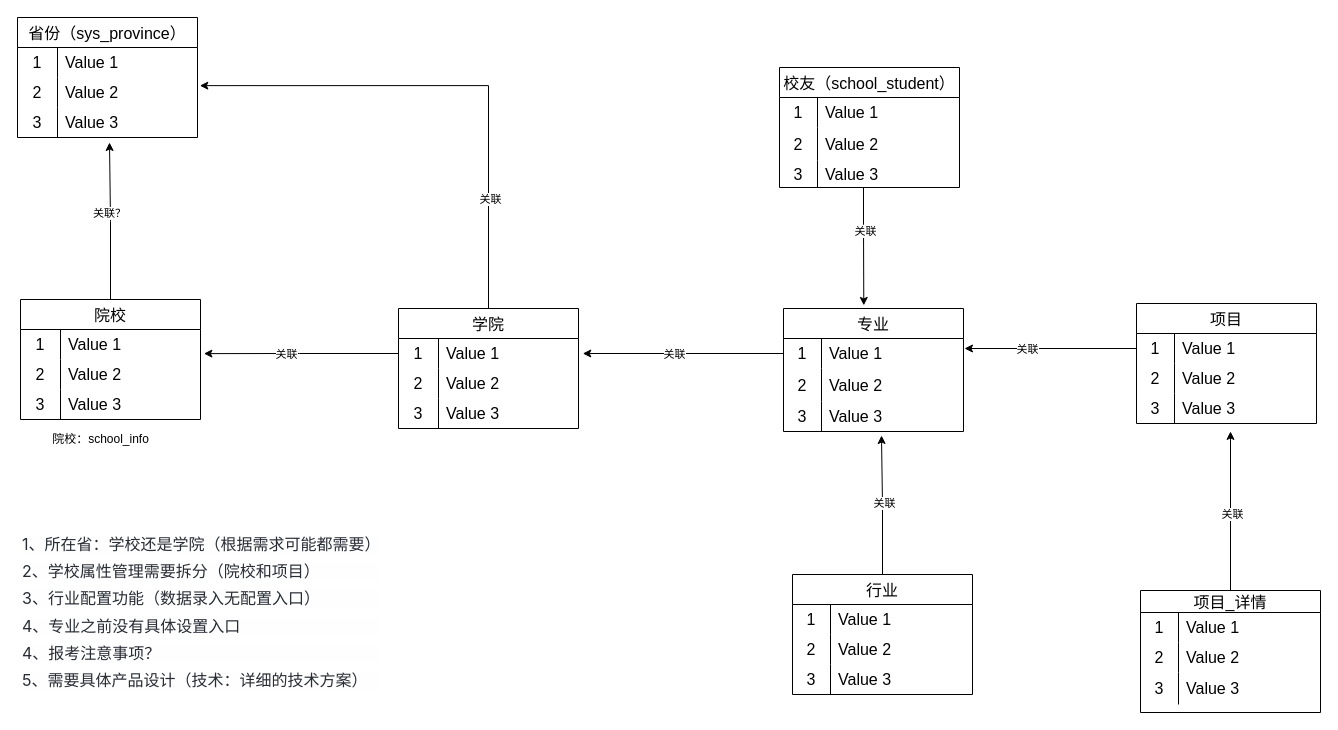
The draw.io diagram 海绵业务流程图/院校库大纲设计.drawio in YYB1024/myRemoteRepo, before the edit. Source tidied: cells renumbered, new cells numbered last; positions are measured from the earlier drawing's top-left corner, leaving out a move shared by most shapes. Both pictures are drawn from the tidied source at 100%, with x=0, y=0 at pixel (17, 17).
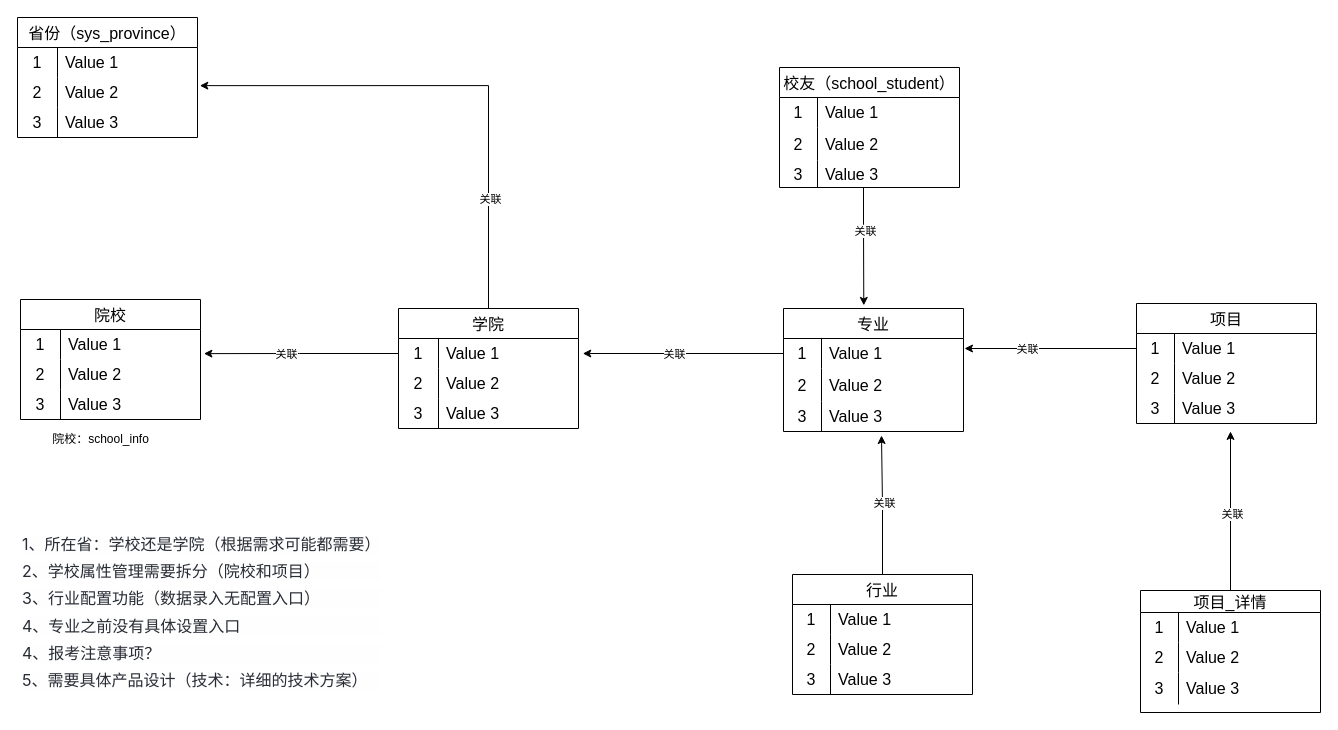
The same page after the edit.

Commit message (it also covers changes not shown here):
更新院校库大纲设计.drawio

The change refers to these unchanged cells:
```xml
<mxCell id="4" value="院校" style="shape=table;startSize=30;childLayout=tableLayout;rowLines=0;fontStyle=0;strokeColor=default;fontSize=16;" parent="1" vertex="1">
  <mxGeometry x="3" y="282" width="180" height="120" as="geometry" />
</mxCell>
```

What changed in the source:
```diff
@@
-    <mxCell id="2" style="edgeStyle=orthogonalEdgeStyle;rounded=0;jettySize=auto;html=1;" parent="1" edge="1" source="4">
-      <mxGeometry relative="1" as="geometry">
-        <mxPoint x="92" y="125" as="targetPoint" />
-      </mxGeometry>
-    </mxCell>
-    <mxCell id="3" value="关联？" style="edgeLabel;html=1;align=center;verticalAlign=middle;" parent="2" vertex="1">
-      <mxGeometry x="0.11" y="1" relative="1" as="geometry" />
-    </mxCell>
```
